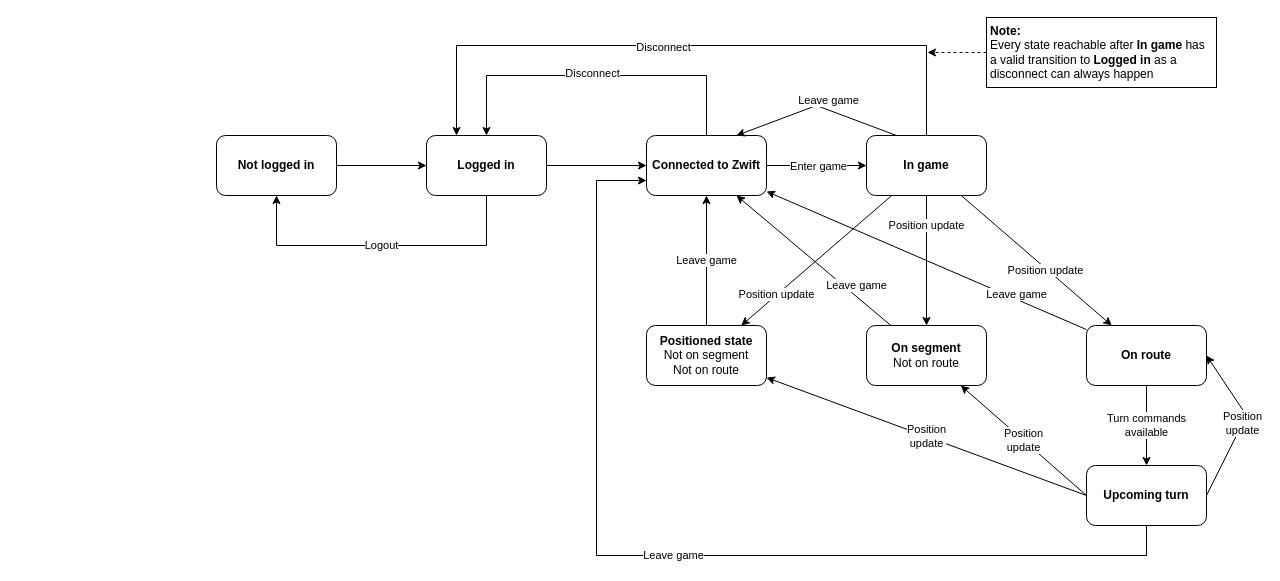
This is GameStates.drawio from sandermvanvliet/RoadCaptain, a draw.io file, before an edit. Source tidied: cells renumbered, new cells numbered last; positions are measured from the earlier drawing's top-left corner, leaving out a move shared by most shapes. Both pictures are drawn from the tidied source at 100%, with x=0, y=0 at pixel (216, 17).
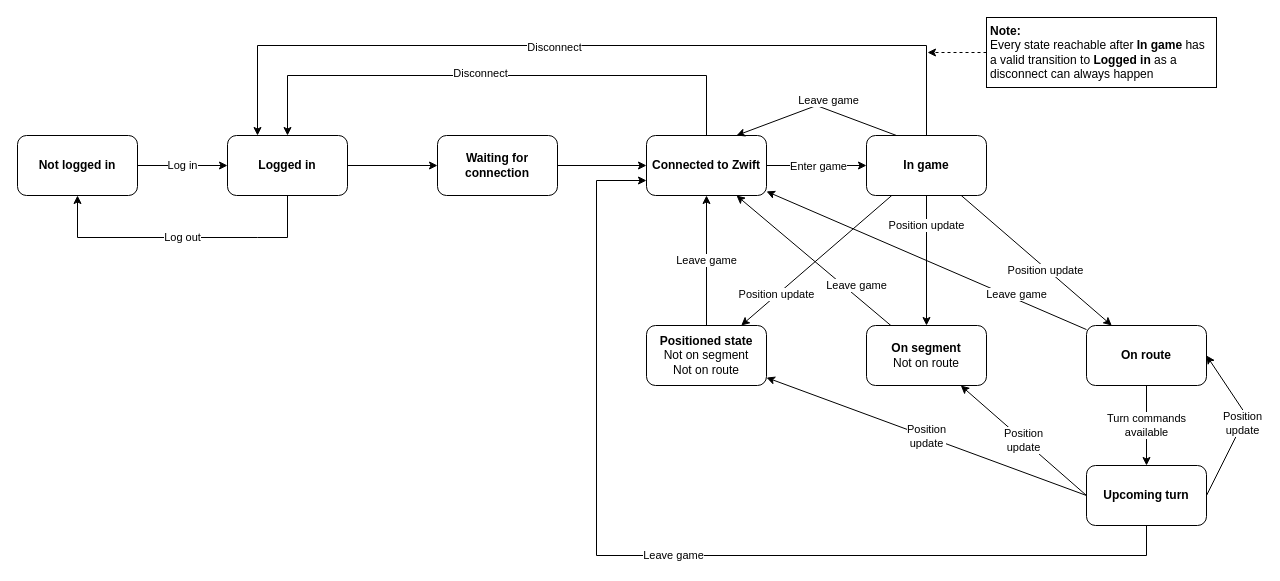
The same page after the edit.

Unchanged cells that the change refers to:
```xml
<mxCell id="6" value="Connected to Zwift" style="rounded=1;whiteSpace=wrap;html=1;fontStyle=1;" parent="1" vertex="1">
  <mxGeometry x="430" y="118" width="120" height="60" as="geometry" />
</mxCell>
<mxCell id="15" value="&lt;b&gt;In game&lt;/b&gt;" style="whiteSpace=wrap;html=1;rounded=1;" parent="1" vertex="1">
  <mxGeometry x="650" y="118" width="120" height="60" as="geometry" />
</mxCell>
```

The edit, as a diff of the source:
```diff
@@
     <mxCell id="4" style="edgeStyle=orthogonalEdgeStyle;rounded=0;jettySize=auto;html=1;entryX=0.5;entryY=0;entryDx=0;entryDy=0;exitX=0.5;exitY=0;exitDx=0;exitDy=0;" parent="1" edge="1" source="6" target="25">
       <mxGeometry relative="1" as="geometry">
         <Array as="points">
           <mxPoint x="490" y="58" />
-          <mxPoint x="270" y="58" />
+          <mxPoint x="71" y="58" />
         </Array>
       </mxGeometry>
     </mxCell>
@@
     <mxCell id="13" style="edgeStyle=orthogonalEdgeStyle;rounded=0;jettySize=auto;html=1;entryX=0.25;entryY=0;entryDx=0;entryDy=0;exitX=0.5;exitY=0;exitDx=0;exitDy=0;" parent="1" edge="1" source="15" target="25">
       <mxGeometry relative="1" as="geometry">
         <Array as="points">
           <mxPoint x="710" y="28" />
-          <mxPoint x="240" y="28" />
+          <mxPoint x="41" y="28" />
         </Array>
       </mxGeometry>
     </mxCell>
@@
-    <mxCell id="23" style="edgeStyle=orthogonalEdgeStyle;rounded=0;jettySize=auto;html=1;" parent="1" edge="1" source="25" target="6">
-      <mxGeometry relative="1" as="geometry" />
-    </mxCell>
+    <mxCell id="35" style="edgeStyle=orthogonalEdgeStyle;rounded=0;jettySize=auto;html=1;entryX=0;entryY=0.5;entryDx=0;entryDy=0;" parent="1" edge="1" source="25" target="37">
+      <mxGeometry relative="1" as="geometry" />
+    </mxCell>
-    <mxCell id="24" value="Logout" style="edgeStyle=orthogonalEdgeStyle;rounded=0;jettySize=auto;html=1;entryX=0.5;entryY=1;entryDx=0;entryDy=0;exitX=0.5;exitY=1;exitDx=0;exitDy=0;" parent="1" edge="1" source="25" target="27">
+    <mxCell id="24" value="Log out" style="edgeStyle=orthogonalEdgeStyle;rounded=0;jettySize=auto;html=1;entryX=0.5;entryY=1;entryDx=0;entryDy=0;exitX=0.5;exitY=1;exitDx=0;exitDy=0;" parent="1" edge="1" source="25" target="27">
       <mxGeometry relative="1" as="geometry">
         <Array as="points">
-          <mxPoint x="270" y="228" />
-          <mxPoint x="60" y="228" />
+          <mxPoint x="41" y="220" />
+          <mxPoint x="-169" y="220" />
         </Array>
       </mxGeometry>
     </mxCell>
     <mxCell id="25" value="Logged in" style="rounded=1;whiteSpace=wrap;html=1;fontStyle=1;" parent="1" vertex="1">
-      <mxGeometry x="210" y="118" width="120" height="60" as="geometry" />
+      <mxGeometry x="11" y="118" width="120" height="60" as="geometry" />
     </mxCell>
-    <mxCell id="26" style="edgeStyle=orthogonalEdgeStyle;rounded=0;jettySize=auto;html=1;" parent="1" edge="1" source="27" target="25">
+    <mxCell id="26" value="Log in" style="edgeStyle=orthogonalEdgeStyle;rounded=0;jettySize=auto;html=1;" parent="1" edge="1" source="27" target="25">
       <mxGeometry relative="1" as="geometry" />
     </mxCell>
     <mxCell id="27" value="Not logged in" style="rounded=1;whiteSpace=wrap;html=1;fontStyle=1;" parent="1" vertex="1">
-      <mxGeometry y="118" width="120" height="60" as="geometry" />
+      <mxGeometry x="-199" y="118" width="120" height="60" as="geometry" />
     </mxCell>
@@
+    <mxCell id="36" style="edgeStyle=orthogonalEdgeStyle;rounded=0;jettySize=auto;html=1;entryX=0;entryY=0.5;entryDx=0;entryDy=0;" parent="1" edge="1" source="37" target="6">
+      <mxGeometry relative="1" as="geometry" />
+    </mxCell>
+    <mxCell id="37" value="Waiting for connection" style="rounded=1;whiteSpace=wrap;html=1;fontStyle=1;" parent="1" vertex="1">
+      <mxGeometry x="221" y="118" width="120" height="60" as="geometry" />
+    </mxCell>
```
